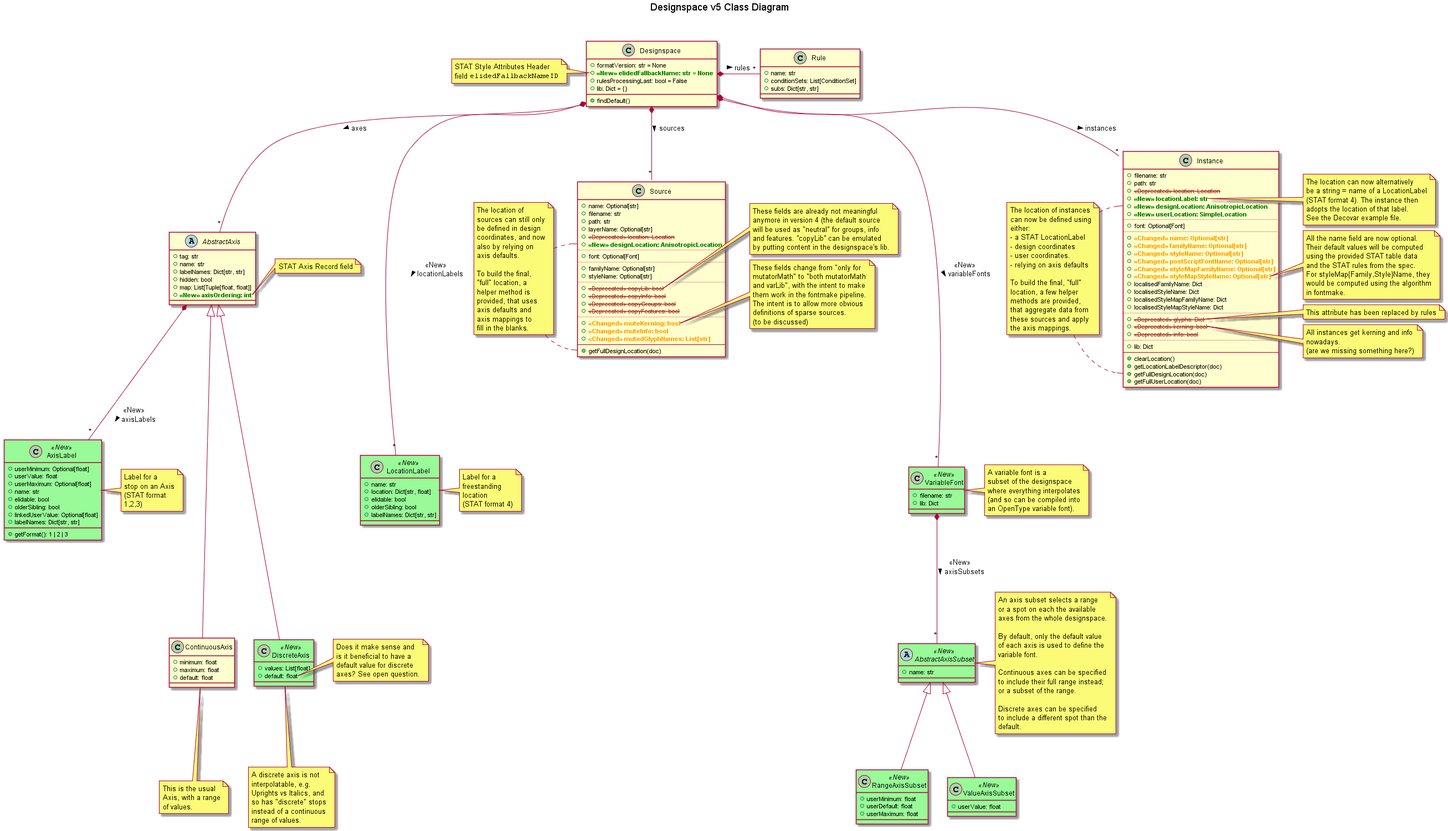
This is Doc/source/designspaceLib/v5_class_diagram.png from daltonmaag/fonttools, a PlantUML export, as it was before one commit.
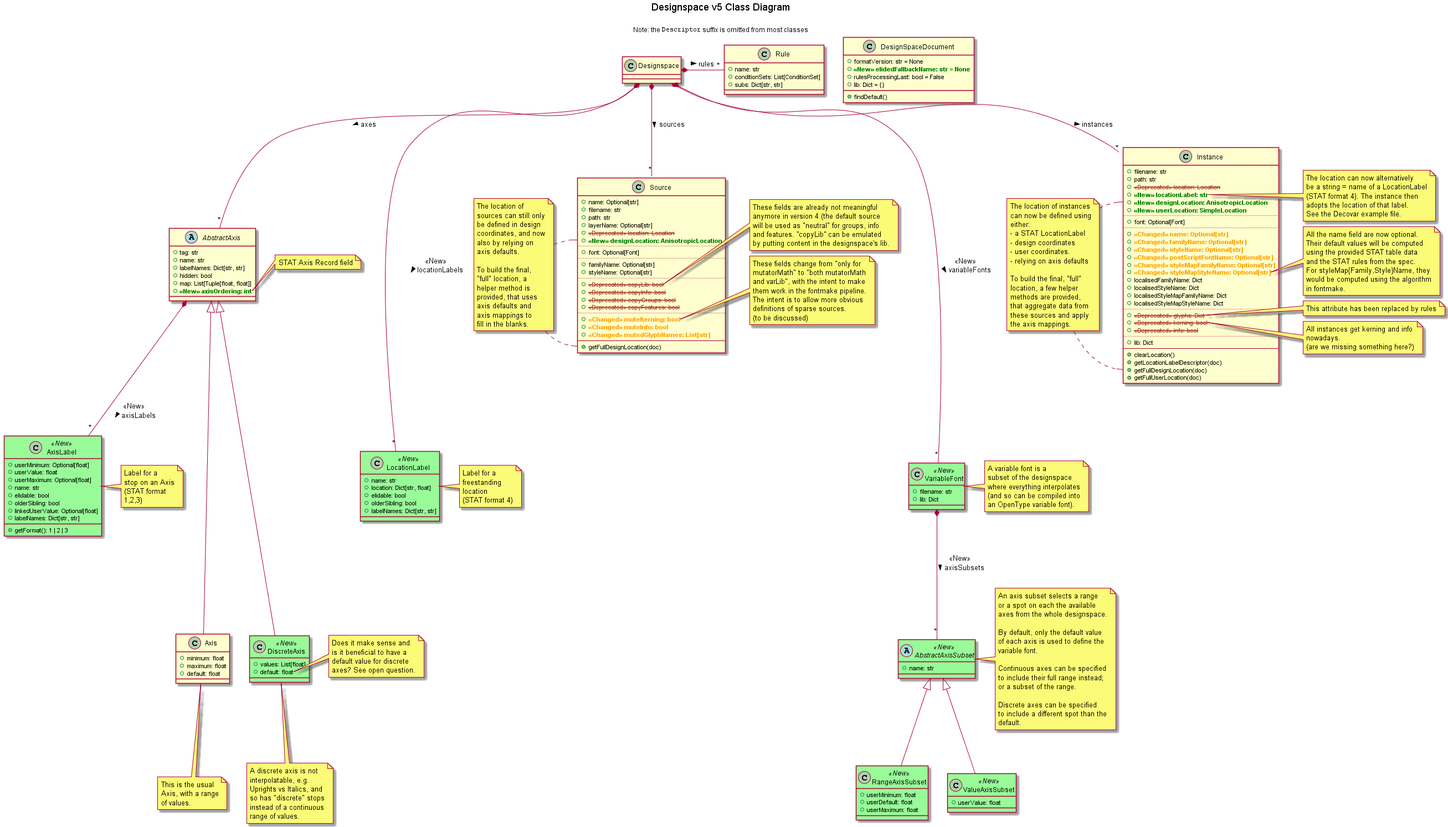
The same diagram one commit later.

Commit message:
[designspaceLib] Small fixes to class diagram

What changed in the source:
```diff
@@ -1,13 +1,17 @@
 @startuml v5_class_diagram
 
-title Designspace v5 Class Diagram \n\n
+title
+  Designspace v5 Class Diagram
+
+  <size:12>Note: the ""Descriptor"" suffix is omitted from most classes
+end title
 
 
 skinparam class {
 BackgroundColor<<New>> PaleGreen
 }
 
-class Designspace {
+class DesignSpaceDocument {
 + formatVersion: str = None
 + <color:green><b><<New>> elidedFallbackName: str = None
 + rulesProcessingLast: bool = False
@@ -34,13 +38,13 @@
 STAT Axis Record field
 end note
 
-class ContinuousAxis {
+class Axis {
 + minimum: float
 + maximum: float
 + default: float
 }
-AbstractAxis <|--- ContinuousAxis
-note bottom of ContinuousAxis
+AbstractAxis <|--- Axis
+note bottom of Axis
 This is the usual
 Axis, with a range
 of values.
@@ -66,7 +70,7 @@
 axes? See open question.
 end note
 
-ContinuousAxis .[hidden] DiscreteAxis
+Axis .[hidden] DiscreteAxis
 
 class AxisLabel <<New>> {
 + userMinimum: Optional[float]
```
